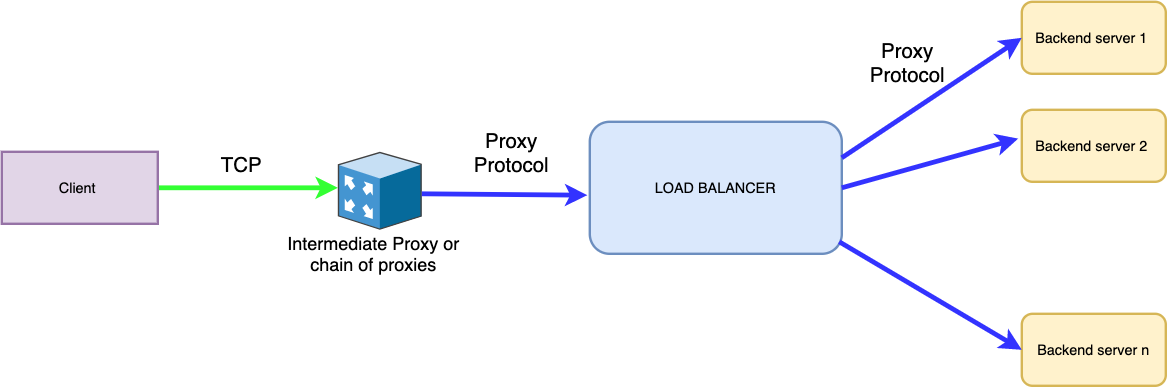
ibm-cloud-docs/vpc keeps this draw.io diagram as images/VPC-LBaaS-Proxy-Protocol-Listener.png. Above is the earlier version. Source tidied: cells renumbered, new cells last; positions are measured from the earlier drawing's top-left corner, leaving out a move shared by most shapes.
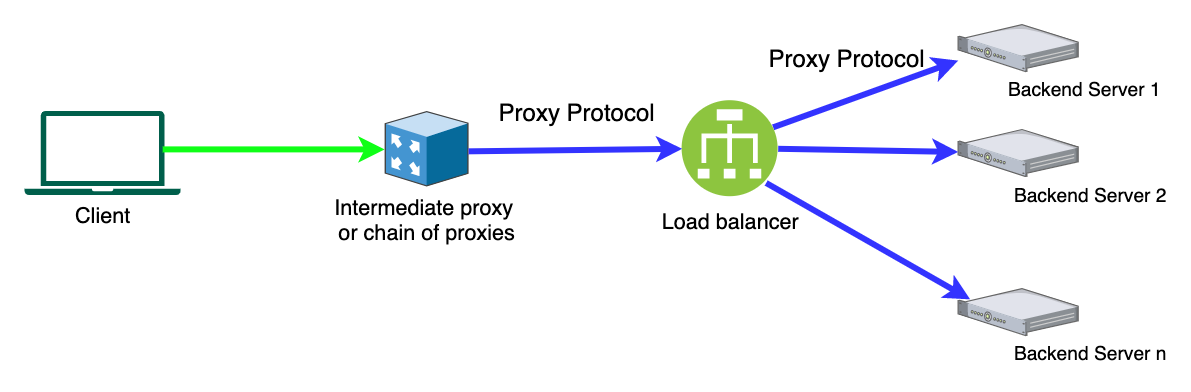
After the commit.

Diff of the diagram source:
```diff
@@ -2,56 +2,52 @@
   <root>
     <mxCell id="0" />
     <mxCell id="1" parent="0" />
-    <mxCell id="2" value="LOAD BALANCER" style="rounded=1;whiteSpace=wrap;html=1;fillColor=#dae8fc;strokeColor=#6c8ebf;strokeWidth=2;" parent="1" vertex="1">
-      <mxGeometry x="490" y="100" width="210" height="110" as="geometry" />
-    </mxCell>
-    <mxCell id="3" value="Backend server 1&amp;nbsp;" style="rounded=1;whiteSpace=wrap;html=1;fillColor=#fff2cc;strokeColor=#d6b656;strokeWidth=2;" parent="1" vertex="1">
-      <mxGeometry x="850" width="120" height="60" as="geometry" />
-    </mxCell>
-    <mxCell id="4" value="Backend server 2&amp;nbsp;" style="rounded=1;whiteSpace=wrap;html=1;fillColor=#fff2cc;strokeColor=#d6b656;strokeWidth=2;" parent="1" vertex="1">
-      <mxGeometry x="850" y="90" width="120" height="60" as="geometry" />
-    </mxCell>
-    <mxCell id="5" value="Backend server n" style="rounded=1;whiteSpace=wrap;html=1;fillColor=#fff2cc;strokeColor=#d6b656;strokeWidth=2;" parent="1" vertex="1">
-      <mxGeometry x="850" y="260" width="120" height="60" as="geometry" />
-    </mxCell>
-    <mxCell id="6" style="edgeStyle=orthogonalEdgeStyle;rounded=0;jettySize=auto;html=1;exitX=1;exitY=0.5;exitDx=0;exitDy=0;strokeWidth=4;strokeColor=#33FF33;" parent="1" edge="1" source="7">
-      <mxGeometry relative="1" as="geometry">
-        <mxPoint x="280" y="155" as="targetPoint" />
-      </mxGeometry>
-    </mxCell>
+    <mxCell id="17" style="rounded=0;jettySize=auto;html=1;startArrow=none;startFill=0;endArrow=classic;endFill=1;strokeWidth=5;strokeColor=#3333FF;exitX=1;exitY=0.25;exitDx=0;exitDy=0;" parent="1" edge="1" source="24">
+      <mxGeometry relative="1" as="geometry">
+        <mxPoint x="778" y="83" as="targetPoint" />
+      </mxGeometry>
+    </mxCell>
-    <mxCell id="7" value="Client&amp;nbsp;" style="rounded=0;whiteSpace=wrap;html=1;fillColor=#e1d5e7;strokeColor=#9673a6;strokeWidth=2;" parent="1" vertex="1">
-      <mxGeometry y="125" width="130" height="60" as="geometry" />
+    <mxCell id="7" value="&lt;font style=&quot;font-size: 18px&quot;&gt;Client&lt;/font&gt;" style="shadow=0;dashed=0;html=1;strokeColor=none;fillColor=#005F4B;labelPosition=center;verticalLabelPosition=bottom;verticalAlign=top;align=center;outlineConnect=0;shape=mxgraph.veeam2.laptop;" parent="1" vertex="1">
+      <mxGeometry y="125" width="130" height="70" as="geometry" />
     </mxCell>
-    <mxCell id="8" style="endArrow=classic;html=1;strokeWidth=4;entryX=0;entryY=0.5;entryDx=0;entryDy=0;strokeColor=#3333FF;" parent="1" edge="1" target="3">
-      <mxGeometry relative="1" as="geometry">
-        <mxPoint x="700" y="130" as="sourcePoint" />
-      </mxGeometry>
-    </mxCell>
-    <mxCell id="9" style="endArrow=classic;html=1;strokeWidth=4;entryX=-0.025;entryY=0.4;entryDx=0;entryDy=0;exitX=1;exitY=0.5;exitDx=0;exitDy=0;entryPerimeter=0;strokeColor=#3333FF;" parent="1" edge="1" source="2" target="4">
-      <mxGeometry relative="1" as="geometry" />
-    </mxCell>
-    <mxCell id="10" style="endArrow=classic;html=1;strokeWidth=4;entryX=0;entryY=0.5;entryDx=0;entryDy=0;exitX=0.99;exitY=0.909;exitDx=0;exitDy=0;strokeColor=#3333FF;exitPerimeter=0;" parent="1" edge="1" source="2" target="5">
-      <mxGeometry relative="1" as="geometry" />
-    </mxCell>
-    <mxCell id="11" value="&lt;font style=&quot;font-size: 17px&quot;&gt;TCP&lt;/font&gt;" style="text;html=1;strokeColor=none;fillColor=none;align=center;verticalAlign=middle;whiteSpace=wrap;rounded=0;" parent="1" vertex="1">
-      <mxGeometry x="180" y="125" width="40" height="20" as="geometry" />
-    </mxCell>
-    <mxCell id="12" value="&lt;font style=&quot;font-size: 17px&quot;&gt;Proxy Protocol&lt;/font&gt;" style="text;html=1;strokeColor=none;fillColor=none;align=center;verticalAlign=middle;whiteSpace=wrap;rounded=0;" parent="1" vertex="1">
-      <mxGeometry x="700" y="30" width="110" height="40" as="geometry" />
-    </mxCell>
-    <mxCell id="13" style="shadow=0;dashed=0;html=1;labelPosition=center;verticalLabelPosition=bottom;verticalAlign=top;align=center;shape=mxgraph.veeam.3d.proxy_appliance;strokeWidth=2;" parent="1" vertex="1">
-      <mxGeometry x="280" y="125" width="70" height="65" as="geometry" />
-    </mxCell>
-    <mxCell id="14" style="endArrow=classic;html=1;strokeWidth=4;entryX=-0.01;entryY=0.556;entryDx=0;entryDy=0;exitX=0.99;exitY=0.909;exitDx=0;exitDy=0;strokeColor=#3333FF;exitPerimeter=0;entryPerimeter=0;" parent="1" edge="1" target="2">
-      <mxGeometry relative="1" as="geometry">
-        <mxPoint x="350" y="160" as="sourcePoint" />
-      </mxGeometry>
-    </mxCell>
-    <mxCell id="15" value="&lt;font style=&quot;font-size: 17px&quot;&gt;Proxy Protocol&lt;/font&gt;" style="text;html=1;strokeColor=none;fillColor=none;align=center;verticalAlign=middle;whiteSpace=wrap;rounded=0;" parent="1" vertex="1">
-      <mxGeometry x="370" y="105" width="110" height="40" as="geometry" />
-    </mxCell>
-    <mxCell id="16" value="&lt;font style=&quot;font-size: 15px&quot;&gt;Intermediate Proxy or chain of proxies&lt;/font&gt;" style="text;html=1;strokeColor=none;fillColor=none;align=center;verticalAlign=middle;whiteSpace=wrap;rounded=0;" parent="1" vertex="1">
-      <mxGeometry x="230" y="190" width="160" height="40" as="geometry" />
-    </mxCell>
+    <mxCell id="18" value="&lt;blockquote style=&quot;margin: 0 0 0 40px ; border: none ; padding: 0px&quot;&gt;&lt;font style=&quot;font-size: 16px&quot;&gt;Backend Server 1&lt;/font&gt;&lt;/blockquote&gt;" style="verticalLabelPosition=bottom;html=1;verticalAlign=top;strokeColor=none;align=left;shape=mxgraph.citrix.1u_2u_server;" parent="1" vertex="1">
+      <mxGeometry x="778" y="53" width="100" height="39.1" as="geometry" />
+    </mxCell>
+    <mxCell id="19" value="&lt;blockquote style=&quot;margin: 0 0 0 40px ; border: none ; padding: 0px&quot;&gt;&lt;blockquote style=&quot;margin: 0 0 0 40px ; border: none ; padding: 0px&quot;&gt;&lt;blockquote style=&quot;margin: 0 0 0 40px ; border: none ; padding: 0px&quot;&gt;&lt;font style=&quot;font-size: 16px&quot;&gt;Backend Server 2&lt;/font&gt;&lt;/blockquote&gt;&lt;/blockquote&gt;&lt;/blockquote&gt;" style="verticalLabelPosition=bottom;html=1;verticalAlign=top;strokeColor=none;align=center;outlineConnect=0;shape=mxgraph.citrix.1u_2u_server;" parent="1" vertex="1">
+      <mxGeometry x="778" y="140.5" width="100" height="39.1" as="geometry" />
+    </mxCell>
+    <mxCell id="20" value="&lt;blockquote style=&quot;margin: 0 0 0 40px ; border: none ; padding: 0px&quot;&gt;&lt;blockquote style=&quot;margin: 0 0 0 40px ; border: none ; padding: 0px&quot;&gt;&lt;blockquote style=&quot;margin: 0 0 0 40px ; border: none ; padding: 0px&quot;&gt;&lt;font style=&quot;font-size: 16px&quot;&gt;Backend Server n&lt;/font&gt;&lt;/blockquote&gt;&lt;/blockquote&gt;&lt;/blockquote&gt;" style="verticalLabelPosition=bottom;html=1;verticalAlign=top;strokeColor=none;align=center;outlineConnect=0;shape=mxgraph.citrix.1u_2u_server;" parent="1" vertex="1">
+      <mxGeometry x="778" y="273" width="100" height="39.1" as="geometry" />
+    </mxCell>
+    <mxCell id="21" style="rounded=0;jettySize=auto;html=1;exitX=1;exitY=0.5;exitDx=0;exitDy=0;startArrow=none;startFill=0;endArrow=classic;endFill=1;strokeWidth=5;strokeColor=#3333FF;" parent="1" edge="1" source="24" target="19">
+      <mxGeometry relative="1" as="geometry" />
+    </mxCell>
+    <mxCell id="22" style="rounded=0;jettySize=auto;html=1;startArrow=none;startFill=0;endArrow=classic;endFill=1;strokeWidth=5;strokeColor=#3333FF;entryX=0.1;entryY=0.23;entryDx=0;entryDy=0;entryPerimeter=0;" parent="1" edge="1" target="20">
+      <mxGeometry relative="1" as="geometry">
+        <mxPoint x="618" y="185" as="sourcePoint" />
+      </mxGeometry>
+    </mxCell>
+    <mxCell id="23" value="&lt;font style=&quot;font-size: 20px&quot;&gt;Proxy Protocol&lt;/font&gt;" style="text;html=1;align=center;verticalAlign=middle;fillColor=none;strokeColor=none;rounded=0;" parent="1" vertex="1">
+      <mxGeometry x="610" y="72.1" width="150" height="20" as="geometry" />
+    </mxCell>
+    <mxCell id="24" value="&lt;font color=&quot;#000000&quot; style=&quot;font-size: 18px&quot;&gt;Load balancer&lt;/font&gt;" style="perimeter=ellipsePerimeter;html=1;align=center;shadow=0;dashed=0;fontColor=#4277BB;labelBackgroundColor=#ffffff;fontSize=12;spacingTop=3;image;image=img/lib/ibm/vpc/LoadBalancer.svg;" parent="1" vertex="1">
+      <mxGeometry x="548" y="116.5" width="80" height="80" as="geometry" />
+    </mxCell>
+    <mxCell id="25" style="rounded=0;jettySize=auto;html=1;startArrow=none;startFill=0;endArrow=classic;endFill=1;strokeWidth=5;exitX=0.885;exitY=0.457;exitDx=0;exitDy=0;exitPerimeter=0;strokeColor=#0FFF17;" parent="1" edge="1" source="7">
+      <mxGeometry relative="1" as="geometry">
+        <mxPoint x="300" y="157" as="targetPoint" />
+      </mxGeometry>
+    </mxCell>
+    <mxCell id="26" value="&lt;font style=&quot;font-size: 18px&quot;&gt;Intermediate proxy &lt;br&gt;or chain of proxies&lt;/font&gt;" style="shadow=0;dashed=0;html=1;labelPosition=center;verticalLabelPosition=bottom;verticalAlign=top;align=center;shape=mxgraph.veeam.3d.proxy_appliance;" parent="1" vertex="1">
+      <mxGeometry x="300" y="125" width="70" height="63" as="geometry" />
+    </mxCell>
+    <mxCell id="27" style="rounded=0;jettySize=auto;html=1;startArrow=none;startFill=0;endArrow=classic;endFill=1;strokeWidth=5;strokeColor=#3333FF;exitX=1;exitY=0.25;exitDx=0;exitDy=0;entryX=0;entryY=0.5;entryDx=0;entryDy=0;" parent="1" edge="1" target="24">
+      <mxGeometry relative="1" as="geometry">
+        <mxPoint x="370" y="158.6" as="sourcePoint" />
+      </mxGeometry>
+    </mxCell>
+    <mxCell id="28" value="&lt;font style=&quot;font-size: 20px&quot;&gt;Proxy Protocol&lt;/font&gt;" style="text;html=1;align=center;verticalAlign=middle;fillColor=none;strokeColor=none;rounded=0;" parent="1" vertex="1">
+      <mxGeometry x="385" y="116.5" width="150" height="20" as="geometry" />
+    </mxCell>
   </root>
 </mxGraphModel>
```
